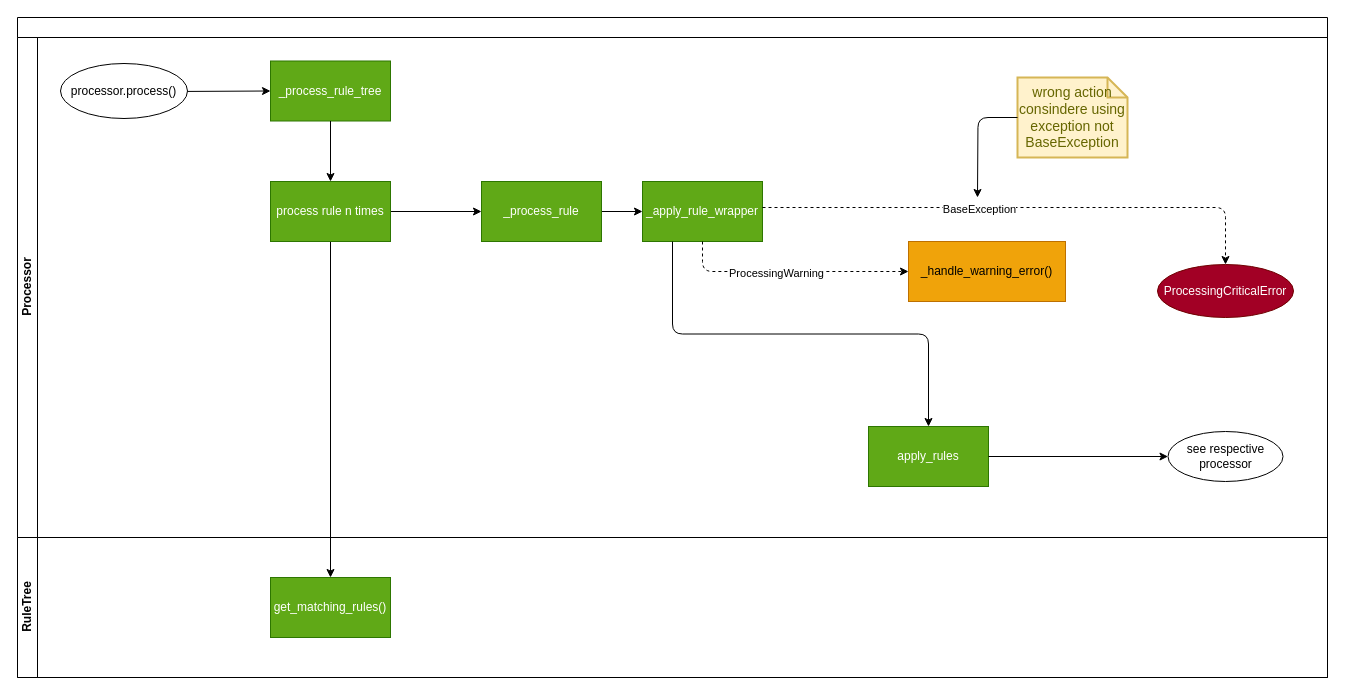
This is page "Process" (1 of 30) of doc/source/development/architecture/diagramms/process.drawio from fkie-cad/Logprep, a draw.io file, before an edit. Source tidied: cells renumbered, new cells numbered last; positions are measured from the earlier drawing's top-left corner, leaving out a move shared by most shapes. Both pictures are drawn from the tidied source at 100%, with x=0, y=0 at pixel (17, 17).
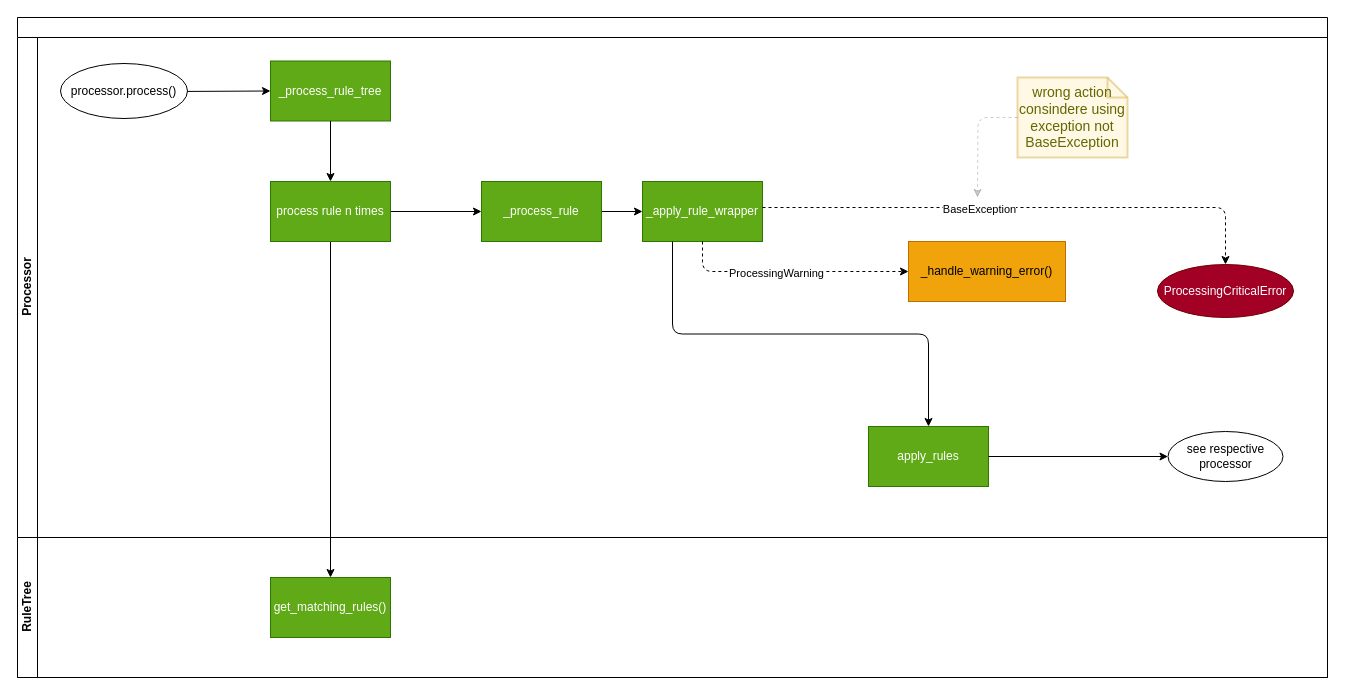
After the change.

The change refers to these unchanged cells:
```xml
<mxCell id="3" value="Processor&lt;br&gt;" style="swimlane;startSize=20;horizontal=0;html=1;" parent="2" vertex="1">
  <mxGeometry y="20" width="1310" height="500" as="geometry" />
</mxCell>
```

Diff of the diagram source:
```diff
@@
-    <mxCell id="15" value="wrong action consindere using exception not BaseException" style="shape=note;strokeWidth=2;fontSize=14;size=20;whiteSpace=wrap;html=1;fillColor=#fff2cc;strokeColor=#d6b656;fontColor=#666600;" parent="3" vertex="1">
+    <mxCell id="15" value="wrong action consindere using exception not BaseException" style="shape=note;strokeWidth=2;fontSize=14;size=20;whiteSpace=wrap;html=1;fillColor=#fff2cc;strokeColor=#d6b656;fontColor=#666600;opacity=50;" parent="3" vertex="1">
       <mxGeometry x="1000" y="40" width="110" height="80" as="geometry" />
     </mxCell>
@@
-    <mxCell id="27" style="edgeStyle=orthogonalEdgeStyle;jumpStyle=arc;html=1;" parent="1" edge="1" source="15">
+    <mxCell id="27" style="edgeStyle=orthogonalEdgeStyle;jumpStyle=arc;html=1;dashed=1;opacity=20;" parent="1" edge="1" source="15">
       <mxGeometry relative="1" as="geometry">
         <mxPoint x="960" y="180" as="targetPoint" />
       </mxGeometry>
     </mxCell>
```
